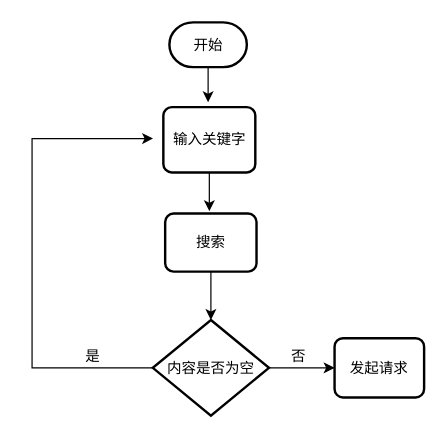
ndb000901/diagrams keeps this draw.io diagram as 流程图/3/3.1搜索商品.drawio. Above is the earlier version. Source tidied: cells renumbered, new cells numbered last; positions are measured from the earlier drawing's top-left corner, leaving out a move shared by most shapes. Both pictures are drawn from the tidied source at 121%, with x=0, y=0 at pixel (31, 22).
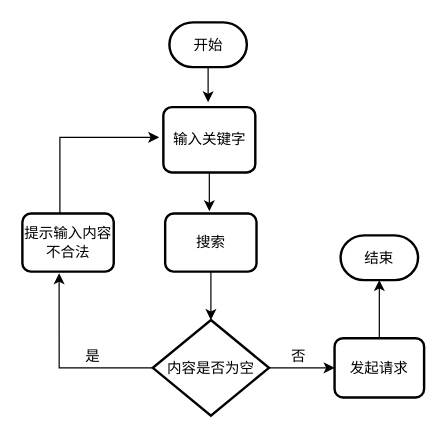
Above is the later version.

Commit message:
更新3.1搜索商品.drawio

Unchanged cells that the change refers to:
```xml
<mxCell id="6" value="内容是否为空" style="strokeWidth=2;html=1;shape=mxgraph.flowchart.decision;whiteSpace=wrap;" parent="1" vertex="1">
  <mxGeometry x="99.8" y="246" width="96" height="79" as="geometry" />
</mxCell>
<mxCell id="11" value="发起请求" style="rounded=1;whiteSpace=wrap;html=1;absoluteArcSize=1;arcSize=14;strokeWidth=2;" parent="1" vertex="1">
  <mxGeometry x="250" y="261" width="74" height="49" as="geometry" />
</mxCell>
```

Diff of the diagram source:
```diff
@@
-    <mxCell id="5" style="edgeStyle=orthogonalEdgeStyle;rounded=0;jettySize=auto;html=1;exitX=0;exitY=0.5;exitDx=0;exitDy=0;exitPerimeter=0;" parent="1" edge="1" source="6">
-      <mxGeometry relative="1" as="geometry">
-        <mxPoint x="100" y="96" as="targetPoint" />
-        <Array as="points">
-          <mxPoint y="286" />
-          <mxPoint y="96" />
-        </Array>
-      </mxGeometry>
-    </mxCell>
+    <mxCell id="14" style="edgeStyle=orthogonalEdgeStyle;rounded=0;jettySize=auto;html=1;entryX=0.402;entryY=1.028;entryDx=0;entryDy=0;entryPerimeter=0;" parent="1" edge="1" source="6" target="18">
+      <mxGeometry relative="1" as="geometry" />
+    </mxCell>
@@
+    <mxCell id="15" style="edgeStyle=orthogonalEdgeStyle;rounded=0;jettySize=auto;html=1;entryX=0.5;entryY=1;entryDx=0;entryDy=0;entryPerimeter=0;" parent="1" edge="1" source="11" target="16">
+      <mxGeometry relative="1" as="geometry" />
+    </mxCell>
@@
+    <mxCell id="16" value="结束" style="strokeWidth=2;html=1;shape=mxgraph.flowchart.terminator;whiteSpace=wrap;" parent="1" vertex="1">
+      <mxGeometry x="255" y="176" width="64" height="37" as="geometry" />
+    </mxCell>
+    <mxCell id="17" style="edgeStyle=orthogonalEdgeStyle;rounded=0;orthogonalLoop=1;jettySize=auto;html=1;" parent="1" edge="1">
+      <mxGeometry relative="1" as="geometry">
+        <mxPoint x="23" y="158" as="sourcePoint" />
+        <mxPoint x="105" y="95" as="targetPoint" />
+        <Array as="points">
+          <mxPoint x="23" y="95" />
+        </Array>
+      </mxGeometry>
+    </mxCell>
+    <mxCell id="18" value="提示输入内容不合法" style="rounded=1;whiteSpace=wrap;html=1;absoluteArcSize=1;arcSize=14;strokeWidth=2;" parent="1" vertex="1">
+      <mxGeometry x="-8" y="158" width="75.5" height="48" as="geometry" />
+    </mxCell>
```
